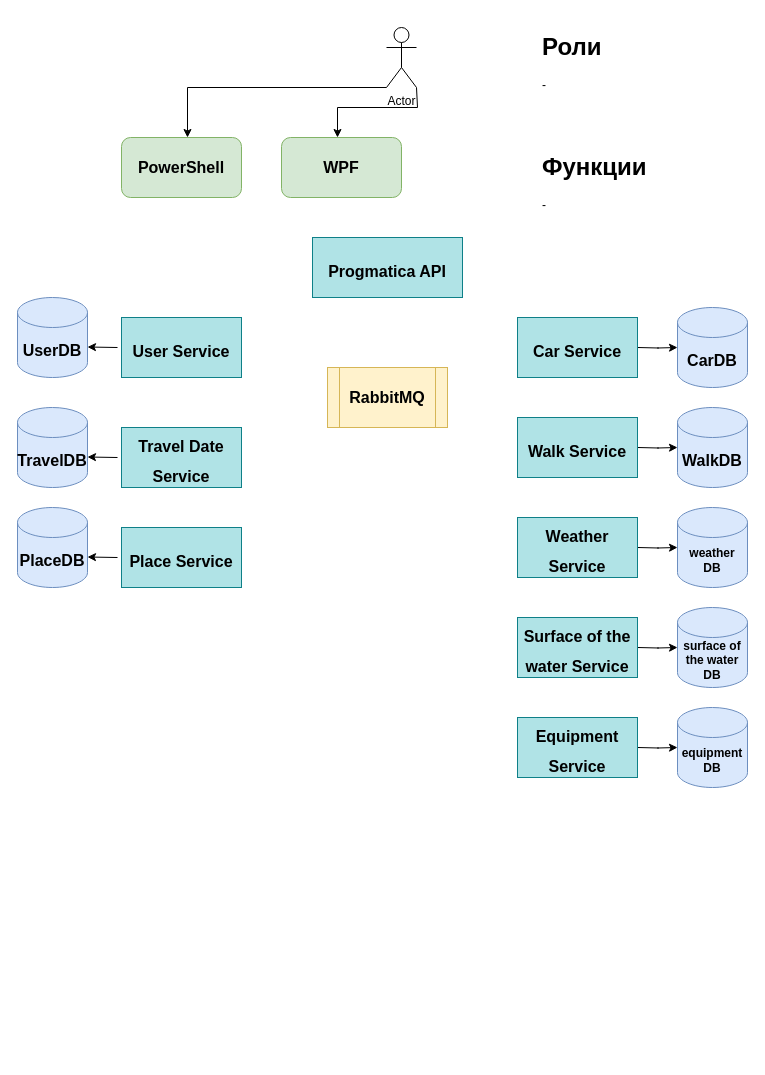
Earlier version of the draw.io diagram page "Артем" (6 of 6) of Team-Pragmatics-Otus.drawio (AATerekhov/Team-Pragmatics-Otus). Source tidied: cells renumbered, new cells numbered last; positions are measured from the earlier drawing's top-left corner, leaving out a move shared by most shapes. Both pictures are drawn from the tidied source at 100%, with x=0, y=0 at pixel (17, 27).
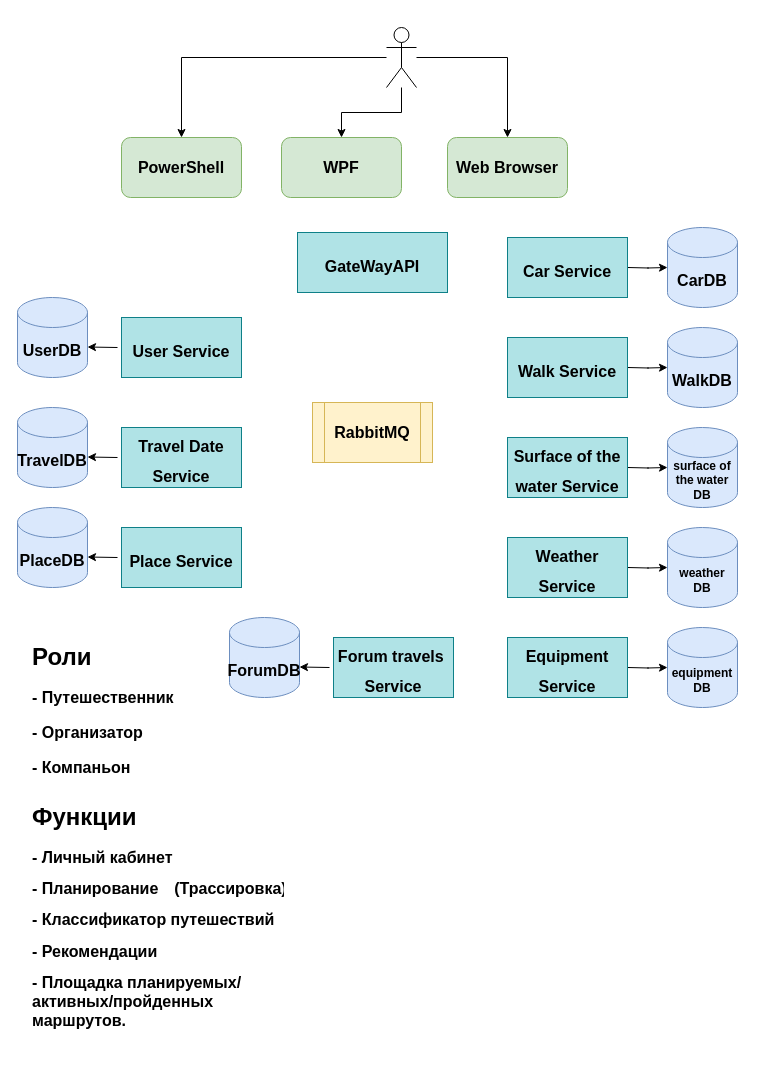
The same diagram, later.

The change refers to these unchanged cells:
```xml
<mxCell id="3" value="&lt;b&gt;&lt;font style=&quot;font-size: 16px;&quot;&gt;PowerShell&lt;/font&gt;&lt;/b&gt;" style="rounded=1;whiteSpace=wrap;html=1;fillColor=#d5e8d4;strokeColor=#82b366;" parent="1" vertex="1">
  <mxGeometry x="104" y="110" width="120" height="60" as="geometry" />
</mxCell>
<mxCell id="4" value="&lt;b&gt;&lt;font style=&quot;font-size: 16px;&quot;&gt;WPF&lt;/font&gt;&lt;/b&gt;" style="rounded=1;whiteSpace=wrap;html=1;fillColor=#d5e8d4;strokeColor=#82b366;" parent="1" vertex="1">
  <mxGeometry x="264" y="110" width="120" height="60" as="geometry" />
</mxCell>
```

Change to the diagram source:
```diff
@@
+    <mxCell id="35" style="edgeStyle=orthogonalEdgeStyle;rounded=0;jettySize=auto;html=1;entryX=0.5;entryY=0;entryDx=0;entryDy=0;" parent="1" edge="1" source="2" target="38">
+      <mxGeometry relative="1" as="geometry" />
+    </mxCell>
+    <mxCell id="36" style="edgeStyle=orthogonalEdgeStyle;rounded=0;jettySize=auto;html=1;entryX=0.5;entryY=0;entryDx=0;entryDy=0;" parent="1" edge="1" source="2" target="4">
+      <mxGeometry relative="1" as="geometry" />
+    </mxCell>
+    <mxCell id="37" style="edgeStyle=orthogonalEdgeStyle;rounded=0;jettySize=auto;html=1;entryX=0.5;entryY=0;entryDx=0;entryDy=0;" parent="1" edge="1" source="2" target="3">
+      <mxGeometry relative="1" as="geometry" />
+    </mxCell>
-    <mxCell id="2" value="Actor" style="shape=umlActor;verticalLabelPosition=bottom;verticalAlign=top;html=1;outlineConnect=0;" parent="1" vertex="1">
+    <mxCell id="2" style="shape=umlActor;verticalLabelPosition=bottom;verticalAlign=top;html=1;outlineConnect=0;" parent="1" vertex="1">
       <mxGeometry x="369" width="30" height="60" as="geometry" />
     </mxCell>
@@
-    <mxCell id="7" style="endArrow=classic;html=1;rounded=0;entryX=1;entryY=0;entryDx=0;entryDy=0;exitX=0;exitY=1;exitDx=0;exitDy=0;exitPerimeter=0;" parent="1" edge="1" source="2">
-      <mxGeometry relative="1" as="geometry">
-        <mxPoint x="170" y="110" as="targetPoint" />
-        <Array as="points">
-          <mxPoint x="170" y="60" />
-        </Array>
-      </mxGeometry>
-    </mxCell>
-    <mxCell id="8" style="endArrow=classic;html=1;rounded=0;exitX=1;exitY=1;exitDx=0;exitDy=0;exitPerimeter=0;" parent="1" edge="1" source="2">
-      <mxGeometry relative="1" as="geometry">
-        <mxPoint x="320" y="110" as="targetPoint" />
-        <Array as="points">
-          <mxPoint x="400" y="80" />
-          <mxPoint x="320" y="80" />
-        </Array>
-      </mxGeometry>
-    </mxCell>
@@
     <mxCell id="10" value="&lt;b&gt;&lt;font style=&quot;font-size: 16px;&quot;&gt;RabbitMQ&lt;/font&gt;&lt;/b&gt;" style="shape=process;whiteSpace=wrap;html=1;backgroundOutline=1;fillColor=#fff2cc;strokeColor=#d6b656;" parent="1" vertex="1">
-      <mxGeometry x="310" y="340" width="120" height="60" as="geometry" />
+      <mxGeometry x="295" y="375" width="120" height="60" as="geometry" />
     </mxCell>
-    <mxCell id="11" value="&lt;font style=&quot;font-size: 16px;&quot;&gt;Progmatica API&lt;/font&gt;" style="rounded=0;whiteSpace=wrap;html=1;fillColor=#b0e3e6;strokeColor=#0e8088;fontSize=25;fontStyle=1;" parent="1" vertex="1">
-      <mxGeometry x="295" y="210" width="150" height="60" as="geometry" />
+    <mxCell id="11" value="&lt;font style=&quot;font-size: 16px;&quot;&gt;GateWayAPI&lt;/font&gt;" style="rounded=0;whiteSpace=wrap;html=1;fillColor=#b0e3e6;strokeColor=#0e8088;fontSize=25;fontStyle=1;" parent="1" vertex="1">
+      <mxGeometry x="280" y="205" width="150" height="60" as="geometry" />
     </mxCell>
@@
     <mxCell id="18" style="edgeStyle=orthogonalEdgeStyle;rounded=0;orthogonalLoop=1;jettySize=auto;html=1;" parent="1" edge="1">
       <mxGeometry relative="1" as="geometry">
-        <mxPoint x="620" y="420" as="sourcePoint" />
-        <mxPoint x="660" y="420" as="targetPoint" />
+        <mxPoint x="610" y="340" as="sourcePoint" />
+        <mxPoint x="650" y="340" as="targetPoint" />
       </mxGeometry>
     </mxCell>
     <mxCell id="19" value="&lt;font style=&quot;font-size: 16px;&quot;&gt;Walk Service&lt;/font&gt;" style="rounded=0;whiteSpace=wrap;html=1;fillColor=#b0e3e6;strokeColor=#0e8088;fontSize=25;fontStyle=1;" parent="1" vertex="1">
-      <mxGeometry x="500" y="390" width="120" height="60" as="geometry" />
+      <mxGeometry x="490" y="310" width="120" height="60" as="geometry" />
     </mxCell>
     <mxCell id="20" value="&lt;b&gt;&lt;font style=&quot;font-size: 16px;&quot;&gt;Walk&lt;/font&gt;&lt;font style=&quot;font-size: 16px;&quot;&gt;DB&lt;/font&gt;&lt;/b&gt;" style="shape=cylinder3;whiteSpace=wrap;html=1;boundedLbl=1;backgroundOutline=1;size=15;fillColor=#dae8fc;strokeColor=#6c8ebf;" parent="1" vertex="1">
-      <mxGeometry x="660" y="380" width="70" height="80" as="geometry" />
+      <mxGeometry x="650" y="300" width="70" height="80" as="geometry" />
     </mxCell>
     <mxCell id="21" style="edgeStyle=orthogonalEdgeStyle;rounded=0;orthogonalLoop=1;jettySize=auto;html=1;" parent="1" edge="1">
       <mxGeometry relative="1" as="geometry">
-        <mxPoint x="620" y="320" as="sourcePoint" />
-        <mxPoint x="660" y="320" as="targetPoint" />
+        <mxPoint x="610" y="240" as="sourcePoint" />
+        <mxPoint x="650" y="240" as="targetPoint" />
       </mxGeometry>
     </mxCell>
     <mxCell id="22" value="&lt;font style=&quot;font-size: 16px;&quot;&gt;Car Service&lt;/font&gt;" style="rounded=0;whiteSpace=wrap;html=1;fillColor=#b0e3e6;strokeColor=#0e8088;fontSize=25;fontStyle=1;" parent="1" vertex="1">
-      <mxGeometry x="500" y="290" width="120" height="60" as="geometry" />
+      <mxGeometry x="490" y="210" width="120" height="60" as="geometry" />
     </mxCell>
     <mxCell id="23" value="&lt;b&gt;&lt;font style=&quot;font-size: 16px;&quot;&gt;Car&lt;/font&gt;&lt;font style=&quot;font-size: 16px;&quot;&gt;DB&lt;/font&gt;&lt;/b&gt;" style="shape=cylinder3;whiteSpace=wrap;html=1;boundedLbl=1;backgroundOutline=1;size=15;fillColor=#dae8fc;strokeColor=#6c8ebf;" parent="1" vertex="1">
-      <mxGeometry x="660" y="280" width="70" height="80" as="geometry" />
+      <mxGeometry x="650" y="200" width="70" height="80" as="geometry" />
     </mxCell>
     <mxCell id="24" style="edgeStyle=orthogonalEdgeStyle;rounded=0;orthogonalLoop=1;jettySize=auto;html=1;" parent="1" edge="1">
       <mxGeometry relative="1" as="geometry">
-        <mxPoint x="620" y="720" as="sourcePoint" />
-        <mxPoint x="660" y="720" as="targetPoint" />
+        <mxPoint x="610" y="640" as="sourcePoint" />
+        <mxPoint x="650" y="640" as="targetPoint" />
       </mxGeometry>
     </mxCell>
     <mxCell id="25" value="&lt;font style=&quot;font-size: 16px;&quot;&gt;Equipment Service&lt;/font&gt;" style="rounded=0;whiteSpace=wrap;html=1;fillColor=#b0e3e6;strokeColor=#0e8088;fontSize=25;fontStyle=1;" parent="1" vertex="1">
-      <mxGeometry x="500" y="690" width="120" height="60" as="geometry" />
+      <mxGeometry x="490" y="610" width="120" height="60" as="geometry" />
     </mxCell>
     <mxCell id="26" value="&lt;font style=&quot;&quot;&gt;&lt;b&gt;equipment&lt;br&gt;DB&lt;/b&gt;&lt;/font&gt;" style="shape=cylinder3;whiteSpace=wrap;html=1;boundedLbl=1;backgroundOutline=1;size=15;fillColor=#dae8fc;strokeColor=#6c8ebf;" parent="1" vertex="1">
-      <mxGeometry x="660" y="680" width="70" height="80" as="geometry" />
+      <mxGeometry x="650" y="600" width="70" height="80" as="geometry" />
     </mxCell>
     <mxCell id="27" style="edgeStyle=orthogonalEdgeStyle;rounded=0;orthogonalLoop=1;jettySize=auto;html=1;" parent="1" edge="1">
       <mxGeometry relative="1" as="geometry">
-        <mxPoint x="620" y="520" as="sourcePoint" />
-        <mxPoint x="660" y="520" as="targetPoint" />
+        <mxPoint x="610" y="540" as="sourcePoint" />
+        <mxPoint x="650" y="540" as="targetPoint" />
       </mxGeometry>
     </mxCell>
     <mxCell id="28" value="&lt;font style=&quot;font-size: 16px;&quot;&gt;Weather Service&lt;/font&gt;" style="rounded=0;whiteSpace=wrap;html=1;fillColor=#b0e3e6;strokeColor=#0e8088;fontSize=25;fontStyle=1;" parent="1" vertex="1">
-      <mxGeometry x="500" y="490" width="120" height="60" as="geometry" />
+      <mxGeometry x="490" y="510" width="120" height="60" as="geometry" />
     </mxCell>
     <mxCell id="29" value="&lt;font style=&quot;&quot;&gt;&lt;b&gt;weather &lt;br&gt;DB&lt;/b&gt;&lt;/font&gt;" style="shape=cylinder3;whiteSpace=wrap;html=1;boundedLbl=1;backgroundOutline=1;size=15;fillColor=#dae8fc;strokeColor=#6c8ebf;" parent="1" vertex="1">
-      <mxGeometry x="660" y="480" width="70" height="80" as="geometry" />
+      <mxGeometry x="650" y="500" width="70" height="80" as="geometry" />
     </mxCell>
     <mxCell id="30" style="edgeStyle=orthogonalEdgeStyle;rounded=0;orthogonalLoop=1;jettySize=auto;html=1;" parent="1" edge="1">
       <mxGeometry relative="1" as="geometry">
-        <mxPoint x="620" y="620" as="sourcePoint" />
-        <mxPoint x="660" y="620" as="targetPoint" />
+        <mxPoint x="610" y="440" as="sourcePoint" />
+        <mxPoint x="650" y="440" as="targetPoint" />
       </mxGeometry>
     </mxCell>
     <mxCell id="31" value="&lt;font style=&quot;font-size: 16px;&quot;&gt;Surface of the water Service&lt;/font&gt;" style="rounded=0;whiteSpace=wrap;html=1;fillColor=#b0e3e6;strokeColor=#0e8088;fontSize=25;fontStyle=1;" parent="1" vertex="1">
-      <mxGeometry x="500" y="590" width="120" height="60" as="geometry" />
+      <mxGeometry x="490" y="410" width="120" height="60" as="geometry" />
     </mxCell>
     <mxCell id="32" value="&lt;font style=&quot;&quot;&gt;&lt;b&gt;surface of the water&lt;/b&gt;&lt;br&gt;&lt;b&gt;DB&lt;/b&gt;&lt;/font&gt;" style="shape=cylinder3;whiteSpace=wrap;html=1;boundedLbl=1;backgroundOutline=1;size=15;fillColor=#dae8fc;strokeColor=#6c8ebf;" parent="1" vertex="1">
-      <mxGeometry x="660" y="580" width="70" height="80" as="geometry" />
+      <mxGeometry x="650" y="400" width="70" height="80" as="geometry" />
     </mxCell>
-    <mxCell id="33" value="&lt;h1&gt;Роли&lt;/h1&gt;&lt;p&gt;-&lt;/p&gt;" style="text;html=1;strokeColor=none;fillColor=none;spacing=5;spacingTop=-20;whiteSpace=wrap;overflow=hidden;rounded=0;" parent="1" vertex="1">
-      <mxGeometry x="520" width="190" height="120" as="geometry" />
+    <mxCell id="33" value="&lt;h1&gt;Роли&lt;/h1&gt;&lt;p style=&quot;font-size: 16px;&quot;&gt;&lt;font style=&quot;font-size: 16px;&quot;&gt;&lt;b&gt;- Путешественник&lt;/b&gt;&lt;/font&gt;&lt;/p&gt;&lt;p style=&quot;font-size: 16px;&quot;&gt;&lt;font style=&quot;font-size: 16px;&quot;&gt;&lt;b&gt;- Организатор&lt;/b&gt;&lt;/font&gt;&lt;/p&gt;&lt;p style=&quot;font-size: 16px;&quot;&gt;&lt;font style=&quot;font-size: 16px;&quot;&gt;&lt;b&gt;- Компаньон&lt;/b&gt;&lt;/font&gt;&lt;/p&gt;" style="text;html=1;strokeColor=none;fillColor=none;spacing=5;spacingTop=-20;whiteSpace=wrap;overflow=hidden;rounded=0;" parent="1" vertex="1">
+      <mxGeometry x="10" y="610" width="190" height="150" as="geometry" />
     </mxCell>
-    <mxCell id="34" value="&lt;h1&gt;Функции&lt;/h1&gt;&lt;p&gt;-&lt;/p&gt;" style="text;html=1;strokeColor=none;fillColor=none;spacing=5;spacingTop=-20;whiteSpace=wrap;overflow=hidden;rounded=0;" parent="1" vertex="1">
-      <mxGeometry x="520" y="120" width="190" height="120" as="geometry" />
+    <mxCell id="34" value="&lt;h1&gt;Функции&lt;/h1&gt;&lt;p&gt;&lt;font style=&quot;font-size: 16px;&quot;&gt;&lt;b&gt;- Личный кабинет&lt;/b&gt;&lt;/font&gt;&lt;/p&gt;&lt;p&gt;&lt;font style=&quot;font-size: 16px;&quot;&gt;&lt;b&gt;- Планирование &lt;span style=&quot;white-space: pre;&quot;&gt;&#9;&lt;/span&gt;(Трассировка)&lt;/b&gt;&lt;/font&gt;&lt;/p&gt;&lt;p&gt;&lt;font style=&quot;font-size: 16px;&quot;&gt;&lt;b&gt;- Классификатор путешествий&lt;/b&gt;&lt;/font&gt;&lt;/p&gt;&lt;p&gt;&lt;font style=&quot;font-size: 16px;&quot;&gt;&lt;b&gt;- Рекомендации&lt;/b&gt;&lt;/font&gt;&lt;/p&gt;&lt;p&gt;&lt;font style=&quot;font-size: 16px;&quot;&gt;&lt;b&gt;- П&lt;/b&gt;&lt;/font&gt;&lt;span style=&quot;background-color: initial; font-size: 16px;&quot;&gt;&lt;b&gt;лощадка планируемых/а&lt;/b&gt;&lt;/span&gt;&lt;b style=&quot;font-size: 16px; background-color: initial;&quot;&gt;ктивных/пройденных маршрутов.&lt;/b&gt;&lt;/p&gt;" style="text;html=1;strokeColor=none;fillColor=none;spacing=5;spacingTop=-20;whiteSpace=wrap;overflow=hidden;rounded=0;" parent="1" vertex="1">
+      <mxGeometry x="10" y="770" width="260" height="260" as="geometry" />
     </mxCell>
+    <mxCell id="38" value="&lt;span style=&quot;font-size: 16px;&quot;&gt;&lt;b&gt;Web Browser&lt;/b&gt;&lt;/span&gt;" style="rounded=1;whiteSpace=wrap;html=1;fillColor=#d5e8d4;strokeColor=#82b366;" parent="1" vertex="1">
+      <mxGeometry x="430" y="110" width="120" height="60" as="geometry" />
+    </mxCell>
+    <mxCell id="39" value="&lt;font style=&quot;font-size: 16px;&quot;&gt;Forum travels&amp;nbsp; Service&lt;/font&gt;" style="rounded=0;whiteSpace=wrap;html=1;fillColor=#b0e3e6;strokeColor=#0e8088;fontSize=25;fontStyle=1;" parent="1" vertex="1">
+      <mxGeometry x="316" y="610" width="120" height="60" as="geometry" />
+    </mxCell>
+    <mxCell id="40" value="&lt;b&gt;&lt;font style=&quot;font-size: 16px;&quot;&gt;ForumDB&lt;/font&gt;&lt;/b&gt;" style="shape=cylinder3;whiteSpace=wrap;html=1;boundedLbl=1;backgroundOutline=1;size=15;fillColor=#dae8fc;strokeColor=#6c8ebf;" parent="1" vertex="1">
+      <mxGeometry x="212" y="590" width="70" height="80" as="geometry" />
+    </mxCell>
+    <mxCell id="41" style="endArrow=classic;html=1;rounded=0;" parent="1" edge="1">
+      <mxGeometry relative="1" as="geometry">
+        <mxPoint x="312" y="640" as="sourcePoint" />
+        <mxPoint x="282" y="639.5" as="targetPoint" />
+      </mxGeometry>
+    </mxCell>
```
